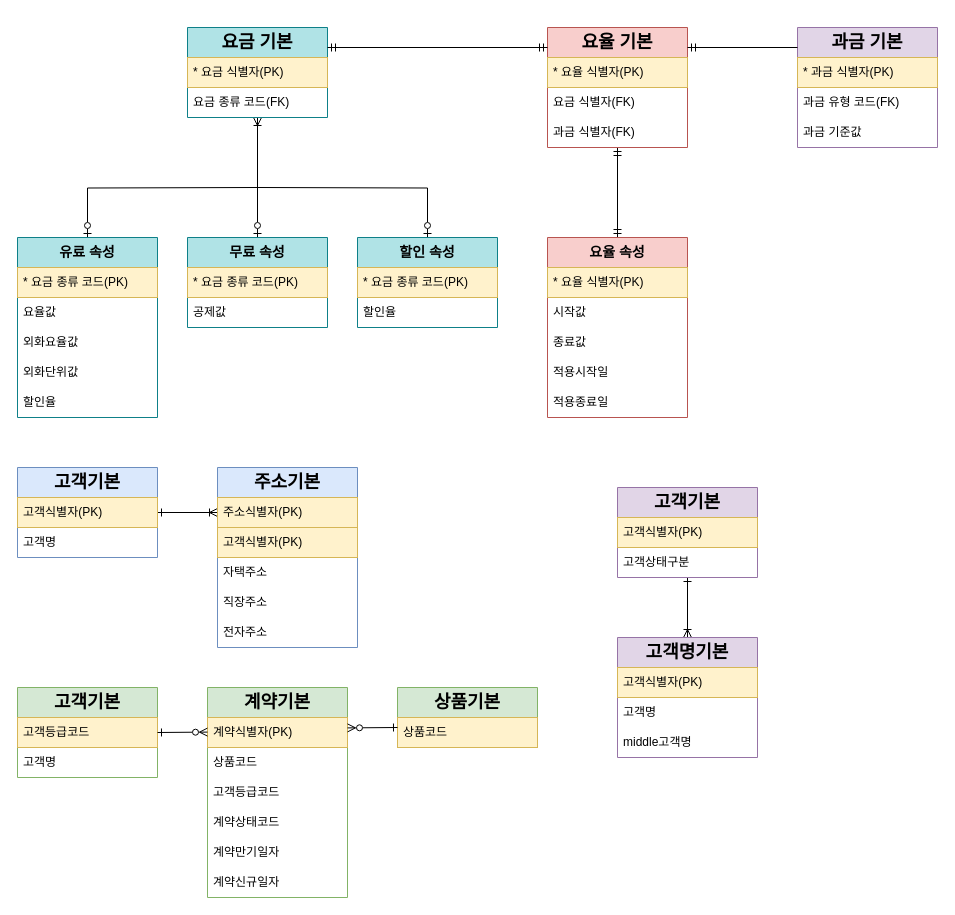
Earlier version of the draw.io diagram 실습/데이터모델링실습2.drawio (noheul1030/BWG). Source tidied: cells renumbered, new cells numbered last; positions are measured from the earlier drawing's top-left corner, leaving out a move shared by most shapes. Both pictures are drawn from the tidied source at 100%, with x=0, y=0 at pixel (17, 27).
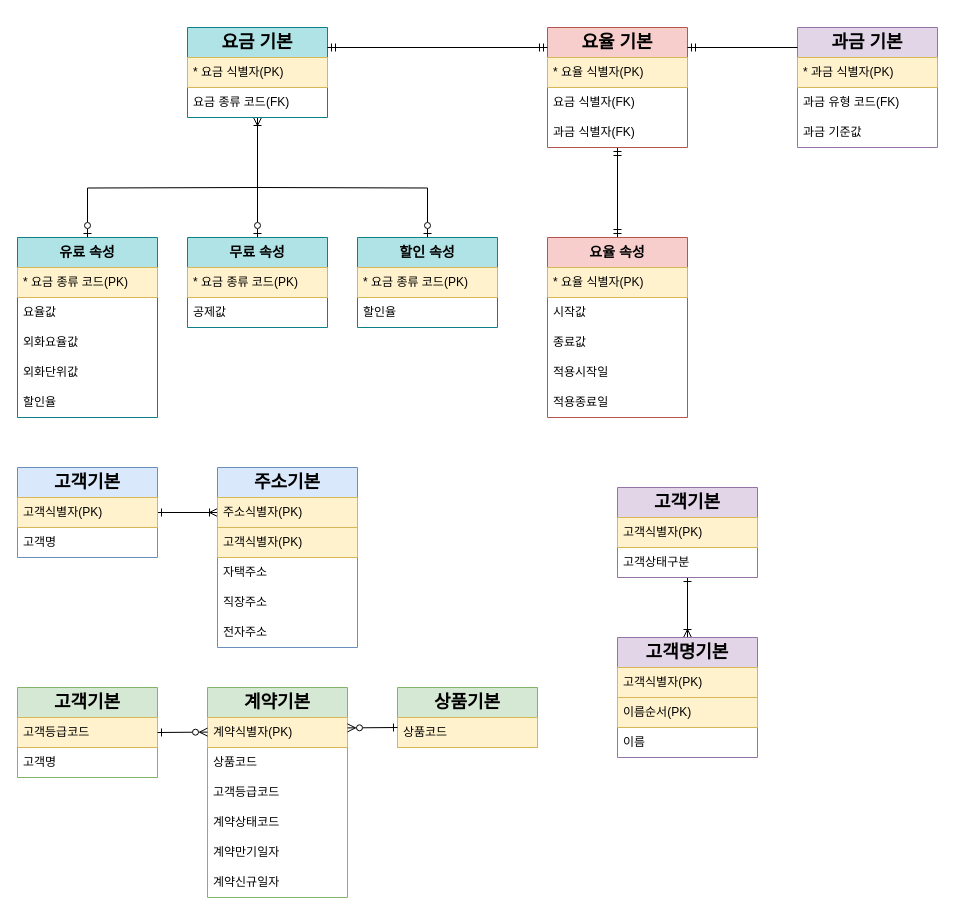
The same page after the edit.

Commit message:
데이터모델링실습2.drawio 업데이트

The change refers to these unchanged cells:
```xml
<mxCell id="62" value="&lt;h2&gt;고객명기본&lt;/h2&gt;" style="swimlane;fontStyle=0;horizontal=1;startSize=30;whiteSpace=wrap;html=1;fillColor=#e1d5e7;strokeColor=#9673a6;" parent="1" vertex="1">
  <mxGeometry x="600" y="610" width="140" height="120" as="geometry" />
</mxCell>
```

Diff of the diagram source:
```diff
@@
-    <mxCell id="64" value="고객명" style="text;strokeColor=none;fillColor=none;align=left;verticalAlign=middle;spacingLeft=4;spacingRight=4;overflow=hidden;whiteSpace=wrap;html=1;" parent="62" vertex="1">
+    <mxCell id="64" value="이름순서(PK)" style="text;strokeColor=#d6b656;fillColor=#fff2cc;align=left;verticalAlign=middle;spacingLeft=4;spacingRight=4;overflow=hidden;whiteSpace=wrap;html=1;" parent="62" vertex="1">
       <mxGeometry y="60" width="140" height="30" as="geometry" />
     </mxCell>
-    <mxCell id="65" value="middle고객명" style="text;strokeColor=none;fillColor=none;align=left;verticalAlign=middle;spacingLeft=4;spacingRight=4;overflow=hidden;whiteSpace=wrap;html=1;" parent="62" vertex="1">
+    <mxCell id="65" value="이름" style="text;strokeColor=none;fillColor=none;align=left;verticalAlign=middle;spacingLeft=4;spacingRight=4;overflow=hidden;whiteSpace=wrap;html=1;" parent="62" vertex="1">
       <mxGeometry y="90" width="140" height="30" as="geometry" />
     </mxCell>
```
